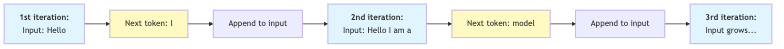
The Mermaid diagram book/figures/generated/gpt_model_implementation_fig01.png in tanishk147/LLM-Playlist-to-book, before a commit. Its source is kept beside it as book/figures/generated/gpt_model_implementation_fig01.mmd. Source of this version:
```mermaid
graph LR
    A["<b>1st iteration:</b><br/>Input: Hello"] --> B["Next token: I"]
    B --> C["Append to input"]
    C --> D["<b>2nd iteration:</b><br/>Input: Hello I am a"]
    D --> E["Next token: model"]
    E --> F["Append to input"]
    F --> G["<b>3rd iteration:</b><br/>Input grows..."]

    style A fill:#e1f5ff
    style D fill:#e1f5ff
    style G fill:#e1f5ff
    style B fill:#fff9c4
    style E fill:#fff9c4
```
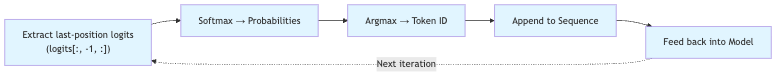
After the commit.

What changed in the source:
```diff
@@ -1,13 +1,12 @@
 graph LR
-    A["<b>1st iteration:</b><br/>Input: Hello"] --> B["Next token: I"]
-    B --> C["Append to input"]
-    C --> D["<b>2nd iteration:</b><br/>Input: Hello I am a"]
-    D --> E["Next token: model"]
-    E --> F["Append to input"]
-    F --> G["<b>3rd iteration:</b><br/>Input grows..."]
+    A["Extract last-position logits<br/>(logits[:, -1, :])"] --> B["Softmax → Probabilities"]
+    B --> C["Argmax → Token ID"]
+    C --> D["Append to Sequence"]
+    D --> E["Feed back into Model"]
+    E -.->|"Next iteration"| A
 
     style A fill:#e1f5ff
+    style B fill:#e1f5ff
+    style C fill:#e1f5ff
     style D fill:#e1f5ff
-    style G fill:#e1f5ff
-    style B fill:#fff9c4
-    style E fill:#fff9c4
+    style E fill:#e1f5ff
```
